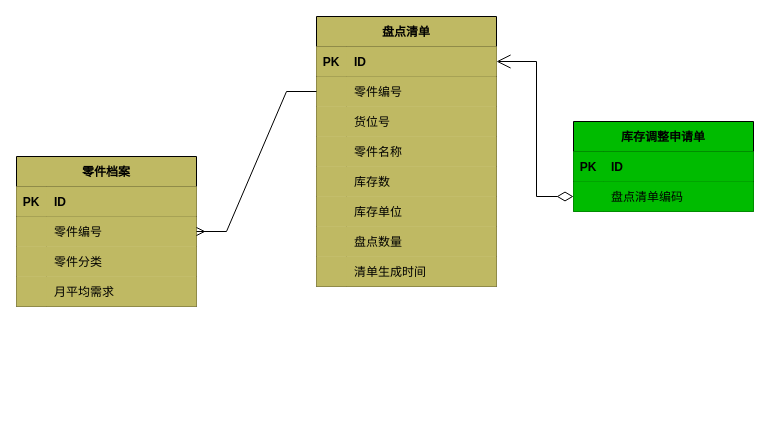
The draw.io diagram page "库存盘点聚合根" (3 of 4) of 库存管理-库存盘点.drawio in 1132489442/gitRepository1, before the edit. Source tidied: cells renumbered, new cells numbered last; positions are measured from the earlier drawing's top-left corner, leaving out a move shared by most shapes. Both pictures are drawn from the tidied source at 100%, with x=0, y=0 at pixel (16, 16).
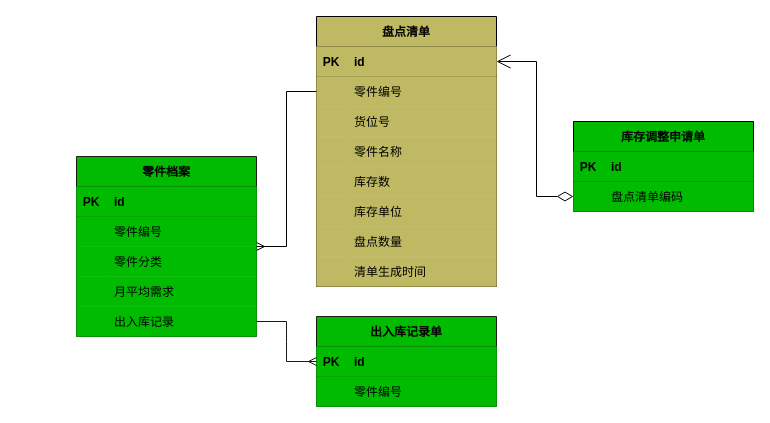
Above is the later version.

Unchanged cells that the change refers to:
```xml
<mxCell id="3" style="shape=tableRow;horizontal=0;startSize=0;swimlaneHead=0;swimlaneBody=0;fillColor=#BFB963;points=[[0,0.5],[1,0.5]];portConstraint=eastwest;top=0;left=0;right=0;bottom=1;" parent="2" vertex="1">
  <mxGeometry y="30" width="180" height="30" as="geometry" />
</mxCell>
<mxCell id="42" style="shape=tableRow;horizontal=0;startSize=0;swimlaneHead=0;swimlaneBody=0;fillColor=#00BB00;top=0;left=0;right=0;bottom=1;" parent="41" vertex="1">
  <mxGeometry y="30" width="180" height="30" as="geometry" />
</mxCell>
```

Diff of the diagram source:
```diff
@@
-    <mxCell id="5" value="ID" style="shape=partialRectangle;fillColor=#BFB963;top=0;left=0;bottom=0;right=0;align=left;spacingLeft=6;fontStyle=1;overflow=hidden;" parent="3" vertex="1">
+    <mxCell id="5" value="id" style="shape=partialRectangle;fillColor=#BFB963;top=0;left=0;bottom=0;right=0;align=left;spacingLeft=6;fontStyle=1;overflow=hidden;" parent="3" vertex="1">
       <mxGeometry x="30" width="150" height="30" as="geometry" />
     </mxCell>
@@
-    <mxCell id="27" value="零件档案" style="shape=table;startSize=30;childLayout=tableLayout;rowLines=0;fontStyle=1;align=center;fillColor=#BFB963;" parent="1" vertex="1">
-      <mxGeometry y="140" width="180" height="150" as="geometry" />
+    <mxCell id="27" value="零件档案" style="shape=table;startSize=30;childLayout=tableLayout;rowLines=0;fontStyle=1;align=center;fillColor=#00BB00;strokeColor=#1A1A1A;" parent="1" vertex="1">
+      <mxGeometry x="60" y="140" width="180" height="180" as="geometry" />
     </mxCell>
-    <mxCell id="28" style="shape=tableRow;horizontal=0;startSize=0;swimlaneHead=0;swimlaneBody=0;fillColor=#BFB963;top=0;left=0;right=0;bottom=1;" parent="27" vertex="1">
+    <mxCell id="28" style="shape=tableRow;horizontal=0;startSize=0;swimlaneHead=0;swimlaneBody=0;fillColor=#00BB00;top=0;left=0;right=0;bottom=1;strokeColor=#1A1A1A;" parent="27" vertex="1">
       <mxGeometry y="30" width="180" height="30" as="geometry" />
     </mxCell>
-    <mxCell id="29" value="PK" style="shape=partialRectangle;fillColor=#BFB963;top=0;left=0;bottom=0;right=0;fontStyle=1;overflow=hidden;" parent="28" vertex="1">
+    <mxCell id="29" value="PK" style="shape=partialRectangle;fillColor=#00BB00;top=0;left=0;bottom=0;right=0;fontStyle=1;overflow=hidden;strokeColor=#1A1A1A;" parent="28" vertex="1">
       <mxGeometry width="30" height="30" as="geometry" />
     </mxCell>
-    <mxCell id="30" value="ID" style="shape=partialRectangle;fillColor=#BFB963;top=0;left=0;bottom=0;right=0;align=left;spacingLeft=6;fontStyle=1;overflow=hidden;" parent="28" vertex="1">
+    <mxCell id="30" value="id" style="shape=partialRectangle;fillColor=#00BB00;top=0;left=0;bottom=0;right=0;align=left;spacingLeft=6;fontStyle=1;overflow=hidden;strokeColor=#1A1A1A;" parent="28" vertex="1">
       <mxGeometry x="30" width="150" height="30" as="geometry" />
     </mxCell>
-    <mxCell id="31" style="shape=tableRow;horizontal=0;startSize=0;swimlaneHead=0;swimlaneBody=0;fillColor=#BFB963;top=0;left=0;right=0;bottom=0;" parent="27" vertex="1">
+    <mxCell id="31" style="shape=tableRow;horizontal=0;startSize=0;swimlaneHead=0;swimlaneBody=0;fillColor=#00BB00;top=0;left=0;right=0;bottom=0;strokeColor=#1A1A1A;" parent="27" vertex="1">
       <mxGeometry y="60" width="180" height="30" as="geometry" />
     </mxCell>
-    <mxCell id="32" style="shape=partialRectangle;fillColor=#BFB963;top=0;left=0;bottom=0;right=0;overflow=hidden;" parent="31" vertex="1">
+    <mxCell id="32" style="shape=partialRectangle;fillColor=#00BB00;top=0;left=0;bottom=0;right=0;overflow=hidden;strokeColor=#1A1A1A;" parent="31" vertex="1">
       <mxGeometry width="30" height="30" as="geometry" />
     </mxCell>
-    <mxCell id="33" value="零件编号" style="shape=partialRectangle;fillColor=#BFB963;top=0;left=0;bottom=0;right=0;align=left;spacingLeft=6;overflow=hidden;" parent="31" vertex="1">
+    <mxCell id="33" value="零件编号" style="shape=partialRectangle;fillColor=#00BB00;top=0;left=0;bottom=0;right=0;align=left;spacingLeft=6;overflow=hidden;strokeColor=#1A1A1A;" parent="31" vertex="1">
       <mxGeometry x="30" width="150" height="30" as="geometry" />
     </mxCell>
-    <mxCell id="34" style="shape=tableRow;horizontal=0;startSize=0;swimlaneHead=0;swimlaneBody=0;fillColor=#BFB963;top=0;left=0;right=0;bottom=0;" parent="27" vertex="1">
+    <mxCell id="34" style="shape=tableRow;horizontal=0;startSize=0;swimlaneHead=0;swimlaneBody=0;fillColor=#00BB00;top=0;left=0;right=0;bottom=0;strokeColor=#1A1A1A;" parent="27" vertex="1">
       <mxGeometry y="90" width="180" height="30" as="geometry" />
     </mxCell>
-    <mxCell id="35" style="shape=partialRectangle;fillColor=#BFB963;top=0;left=0;bottom=0;right=0;overflow=hidden;" parent="34" vertex="1">
+    <mxCell id="35" style="shape=partialRectangle;fillColor=#00BB00;top=0;left=0;bottom=0;right=0;overflow=hidden;strokeColor=#1A1A1A;" parent="34" vertex="1">
       <mxGeometry width="30" height="30" as="geometry" />
     </mxCell>
-    <mxCell id="36" value="零件分类" style="shape=partialRectangle;fillColor=#BFB963;top=0;left=0;bottom=0;right=0;align=left;spacingLeft=6;overflow=hidden;" parent="34" vertex="1">
+    <mxCell id="36" value="零件分类" style="shape=partialRectangle;fillColor=#00BB00;top=0;left=0;bottom=0;right=0;align=left;spacingLeft=6;overflow=hidden;strokeColor=#1A1A1A;" parent="34" vertex="1">
       <mxGeometry x="30" width="150" height="30" as="geometry" />
     </mxCell>
-    <mxCell id="37" style="shape=tableRow;horizontal=0;startSize=0;swimlaneHead=0;swimlaneBody=0;fillColor=#BFB963;top=0;left=0;right=0;bottom=0;" parent="27" vertex="1">
+    <mxCell id="37" style="shape=tableRow;horizontal=0;startSize=0;swimlaneHead=0;swimlaneBody=0;fillColor=#00BB00;top=0;left=0;right=0;bottom=0;strokeColor=#1A1A1A;" parent="27" vertex="1">
       <mxGeometry y="120" width="180" height="30" as="geometry" />
     </mxCell>
-    <mxCell id="38" style="shape=partialRectangle;fillColor=#BFB963;top=0;left=0;bottom=0;right=0;overflow=hidden;" parent="37" vertex="1">
+    <mxCell id="38" style="shape=partialRectangle;fillColor=#00BB00;top=0;left=0;bottom=0;right=0;overflow=hidden;strokeColor=#1A1A1A;" parent="37" vertex="1">
       <mxGeometry width="30" height="30" as="geometry" />
     </mxCell>
-    <mxCell id="39" value="月平均需求" style="shape=partialRectangle;fillColor=#BFB963;top=0;left=0;bottom=0;right=0;align=left;spacingLeft=6;overflow=hidden;" parent="37" vertex="1">
+    <mxCell id="39" value="月平均需求" style="shape=partialRectangle;fillColor=#00BB00;top=0;left=0;bottom=0;right=0;align=left;spacingLeft=6;overflow=hidden;strokeColor=#1A1A1A;" parent="37" vertex="1">
       <mxGeometry x="30" width="150" height="30" as="geometry" />
     </mxCell>
+    <mxCell id="49" style="shape=tableRow;horizontal=0;startSize=0;swimlaneHead=0;swimlaneBody=0;fillColor=#00BB00;points=[[0,0.5],[1,0.5]];portConstraint=eastwest;top=0;left=0;right=0;bottom=0;strokeColor=#1A1A1A;" parent="27" vertex="1">
+      <mxGeometry y="150" width="180" height="30" as="geometry" />
+    </mxCell>
+    <mxCell id="50" style="shape=partialRectangle;fillColor=#00BB00;top=0;left=0;bottom=0;right=0;overflow=hidden;strokeColor=#1A1A1A;" parent="49" vertex="1">
+      <mxGeometry width="30" height="30" as="geometry" />
+    </mxCell>
+    <mxCell id="51" value="出入库记录" style="shape=partialRectangle;fillColor=#00BB00;top=0;left=0;bottom=0;right=0;align=left;spacingLeft=6;overflow=hidden;strokeColor=#1A1A1A;" parent="49" vertex="1">
+      <mxGeometry x="30" width="150" height="30" as="geometry" />
+    </mxCell>
@@
-    <mxCell id="44" value="ID" style="shape=partialRectangle;fillColor=#00BB00;top=0;left=0;bottom=0;right=0;align=left;spacingLeft=6;fontStyle=1;overflow=hidden;" parent="42" vertex="1">
+    <mxCell id="44" value="id" style="shape=partialRectangle;fillColor=#00BB00;top=0;left=0;bottom=0;right=0;align=left;spacingLeft=6;fontStyle=1;overflow=hidden;" parent="42" vertex="1">
       <mxGeometry x="30" width="150" height="30" as="geometry" />
     </mxCell>
@@
+    <mxCell id="52" value="出入库记录单" style="shape=table;startSize=30;childLayout=tableLayout;rowLines=0;fontStyle=1;align=center;fillColor=#00BB00;strokeColor=#1A1A1A;" parent="1" vertex="1">
+      <mxGeometry x="300" y="300" width="180" height="90" as="geometry" />
+    </mxCell>
+    <mxCell id="53" style="shape=tableRow;horizontal=0;startSize=0;swimlaneHead=0;swimlaneBody=0;fillColor=#00BB00;points=[[0,0.5],[1,0.5]];portConstraint=eastwest;top=0;left=0;right=0;bottom=1;strokeColor=#1A1A1A;" parent="52" vertex="1">
+      <mxGeometry y="30" width="180" height="30" as="geometry" />
+    </mxCell>
+    <mxCell id="54" value="PK" style="shape=partialRectangle;fillColor=#00BB00;top=0;left=0;bottom=0;right=0;fontStyle=1;overflow=hidden;strokeColor=#1A1A1A;" parent="53" vertex="1">
+      <mxGeometry width="30" height="30" as="geometry" />
+    </mxCell>
+    <mxCell id="55" value="id" style="shape=partialRectangle;fillColor=#00BB00;top=0;left=0;bottom=0;right=0;align=left;spacingLeft=6;fontStyle=1;overflow=hidden;strokeColor=#1A1A1A;" parent="53" vertex="1">
+      <mxGeometry x="30" width="150" height="30" as="geometry" />
+    </mxCell>
+    <mxCell id="56" style="shape=tableRow;horizontal=0;startSize=0;swimlaneHead=0;swimlaneBody=0;fillColor=#00BB00;top=0;left=0;right=0;bottom=0;strokeColor=#1A1A1A;" parent="52" vertex="1">
+      <mxGeometry y="60" width="180" height="30" as="geometry" />
+    </mxCell>
+    <mxCell id="57" style="shape=partialRectangle;fillColor=#00BB00;top=0;left=0;bottom=0;right=0;overflow=hidden;strokeColor=#1A1A1A;" parent="56" vertex="1">
+      <mxGeometry width="30" height="30" as="geometry" />
+    </mxCell>
+    <mxCell id="58" value="零件编号" style="shape=partialRectangle;fillColor=#00BB00;top=0;left=0;bottom=0;right=0;align=left;spacingLeft=6;overflow=hidden;strokeColor=#1A1A1A;" parent="56" vertex="1">
+      <mxGeometry x="30" width="150" height="30" as="geometry" />
+    </mxCell>
+    <mxCell id="59" style="edgeStyle=entityRelationEdgeStyle;fontSize=12;html=1;endArrow=ERmany;rounded=0;strokeColor=#1A1A1A;" parent="1" edge="1" source="49" target="53">
+      <mxGeometry relative="1" as="geometry" />
+    </mxCell>
```
